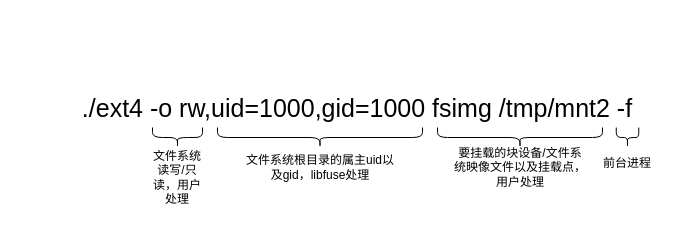
493520280/blog-img keeps this draw.io diagram as 未命名绘图.drawio. Above is the earlier version. Source tidied: cells renumbered, new cells numbered last; positions are measured from the earlier drawing's top-left corner, leaving out a move shared by most shapes. Both pictures are drawn from the tidied source at 100%, with x=0, y=0 at pixel (37, 34).
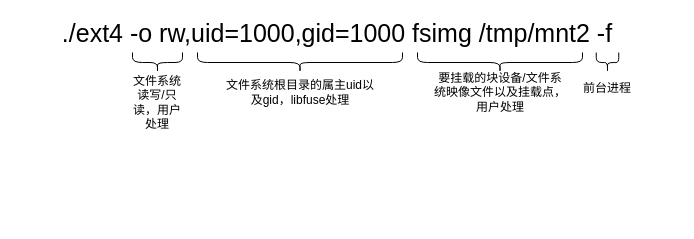
Above is the later version.

Commit message:
更新未命名绘图.drawio

Change to the diagram source:
```diff
@@
 <mxGraphModel>
   <root>
     <mxCell id="0" />
     <mxCell id="1" parent="0" />
+    <mxCell id="11" style="group;" parent="1" vertex="1">
+      <mxGeometry x="-20" y="-17" width="640" height="130" as="geometry" />
+    </mxCell>
-    <mxCell id="2" value="./ext4 -o rw,uid=1000,gid=1000 fsimg /tmp/mnt2 -f" style="text;html=1;strokeColor=none;fillColor=none;align=center;verticalAlign=middle;whiteSpace=wrap;rounded=0;fontSize=25;" parent="1" vertex="1">
-      <mxGeometry y="58" width="640" height="30" as="geometry" />
+    <mxCell id="2" value="./ext4 -o rw,uid=1000,gid=1000 fsimg /tmp/mnt2 -f" style="text;html=1;strokeColor=none;fillColor=none;align=center;verticalAlign=middle;whiteSpace=wrap;rounded=0;fontSize=25;" parent="11" vertex="1">
+      <mxGeometry width="640" height="30" as="geometry" />
     </mxCell>
-    <mxCell id="3" style="shape=curlyBracket;whiteSpace=wrap;html=1;rounded=1;labelPosition=left;verticalLabelPosition=middle;align=right;verticalAlign=middle;rotation=-90;size=0.5;" parent="1" vertex="1">
-      <mxGeometry x="130" y="78" width="20" height="50" as="geometry" />
+    <mxCell id="3" style="shape=curlyBracket;whiteSpace=wrap;html=1;rounded=1;labelPosition=left;verticalLabelPosition=middle;align=right;verticalAlign=middle;rotation=-90;size=0.5;" parent="11" vertex="1">
+      <mxGeometry x="130" y="20" width="20" height="50" as="geometry" />
     </mxCell>
-    <mxCell id="4" value="文件系统读写/只读，用户处理" style="text;html=1;strokeColor=none;fillColor=none;align=center;verticalAlign=middle;whiteSpace=wrap;rounded=0;" parent="1" vertex="1">
-      <mxGeometry x="110" y="98" width="60" height="90" as="geometry" />
+    <mxCell id="4" value="文件系统读写/只读，用户处理" style="text;html=1;strokeColor=none;fillColor=none;align=center;verticalAlign=middle;whiteSpace=wrap;rounded=0;" parent="11" vertex="1">
+      <mxGeometry x="110" y="40" width="60" height="90" as="geometry" />
     </mxCell>
-    <mxCell id="5" style="shape=curlyBracket;whiteSpace=wrap;html=1;rounded=1;labelPosition=left;verticalLabelPosition=middle;align=right;verticalAlign=middle;rotation=-90;" parent="1" vertex="1">
-      <mxGeometry x="272.5" y="0.5" width="20" height="205" as="geometry" />
+    <mxCell id="5" style="shape=curlyBracket;whiteSpace=wrap;html=1;rounded=1;labelPosition=left;verticalLabelPosition=middle;align=right;verticalAlign=middle;rotation=-90;" parent="11" vertex="1">
+      <mxGeometry x="272.5" y="-57.5" width="20" height="205" as="geometry" />
     </mxCell>
-    <mxCell id="6" value="文件系统根目录的属主uid以及gid，libfuse处理" style="text;html=1;strokeColor=none;fillColor=none;align=center;verticalAlign=middle;whiteSpace=wrap;rounded=0;" parent="1" vertex="1">
-      <mxGeometry x="202.5" y="118" width="160" height="30" as="geometry" />
+    <mxCell id="6" value="文件系统根目录的属主uid以及gid，libfuse处理" style="text;html=1;strokeColor=none;fillColor=none;align=center;verticalAlign=middle;whiteSpace=wrap;rounded=0;" parent="11" vertex="1">
+      <mxGeometry x="202.5" y="60" width="160" height="30" as="geometry" />
     </mxCell>
-    <mxCell id="7" style="shape=curlyBracket;whiteSpace=wrap;html=1;rounded=1;labelPosition=left;verticalLabelPosition=middle;align=right;verticalAlign=middle;rotation=-90;" parent="1" vertex="1">
-      <mxGeometry x="472.5" y="20.5" width="20" height="165" as="geometry" />
+    <mxCell id="7" style="shape=curlyBracket;whiteSpace=wrap;html=1;rounded=1;labelPosition=left;verticalLabelPosition=middle;align=right;verticalAlign=middle;rotation=-90;" parent="11" vertex="1">
+      <mxGeometry x="472.5" y="-37.5" width="20" height="165" as="geometry" />
     </mxCell>
-    <mxCell id="8" value="要挂载的块设备/文件系统映像文件以及挂载点，用户处理" style="text;html=1;strokeColor=none;fillColor=none;align=center;verticalAlign=middle;whiteSpace=wrap;rounded=0;" parent="1" vertex="1">
-      <mxGeometry x="415.6" y="118" width="133.8" height="30" as="geometry" />
+    <mxCell id="8" value="要挂载的块设备/文件系统映像文件以及挂载点，用户处理" style="text;html=1;strokeColor=none;fillColor=none;align=center;verticalAlign=middle;whiteSpace=wrap;rounded=0;" parent="11" vertex="1">
+      <mxGeometry x="415.6" y="60" width="133.8" height="30" as="geometry" />
     </mxCell>
-    <mxCell id="9" value="前台进程" style="text;html=1;strokeColor=none;fillColor=none;align=center;verticalAlign=middle;whiteSpace=wrap;rounded=0;" parent="1" vertex="1">
-      <mxGeometry x="560" y="114.2" width="60" height="30" as="geometry" />
+    <mxCell id="9" value="前台进程" style="text;html=1;strokeColor=none;fillColor=none;align=center;verticalAlign=middle;whiteSpace=wrap;rounded=0;" parent="11" vertex="1">
+      <mxGeometry x="560" y="56.2" width="60" height="30" as="geometry" />
     </mxCell>
-    <mxCell id="10" style="shape=curlyBracket;whiteSpace=wrap;html=1;rounded=1;labelPosition=left;verticalLabelPosition=middle;align=right;verticalAlign=middle;rotation=-90;size=0.5;" parent="1" vertex="1">
-      <mxGeometry x="580" y="91.8" width="20" height="22.5" as="geometry" />
+    <mxCell id="10" style="shape=curlyBracket;whiteSpace=wrap;html=1;rounded=1;labelPosition=left;verticalLabelPosition=middle;align=right;verticalAlign=middle;rotation=-90;size=0.5;" parent="11" vertex="1">
+      <mxGeometry x="580" y="33.8" width="20" height="22.5" as="geometry" />
     </mxCell>
   </root>
 </mxGraphModel>
```
